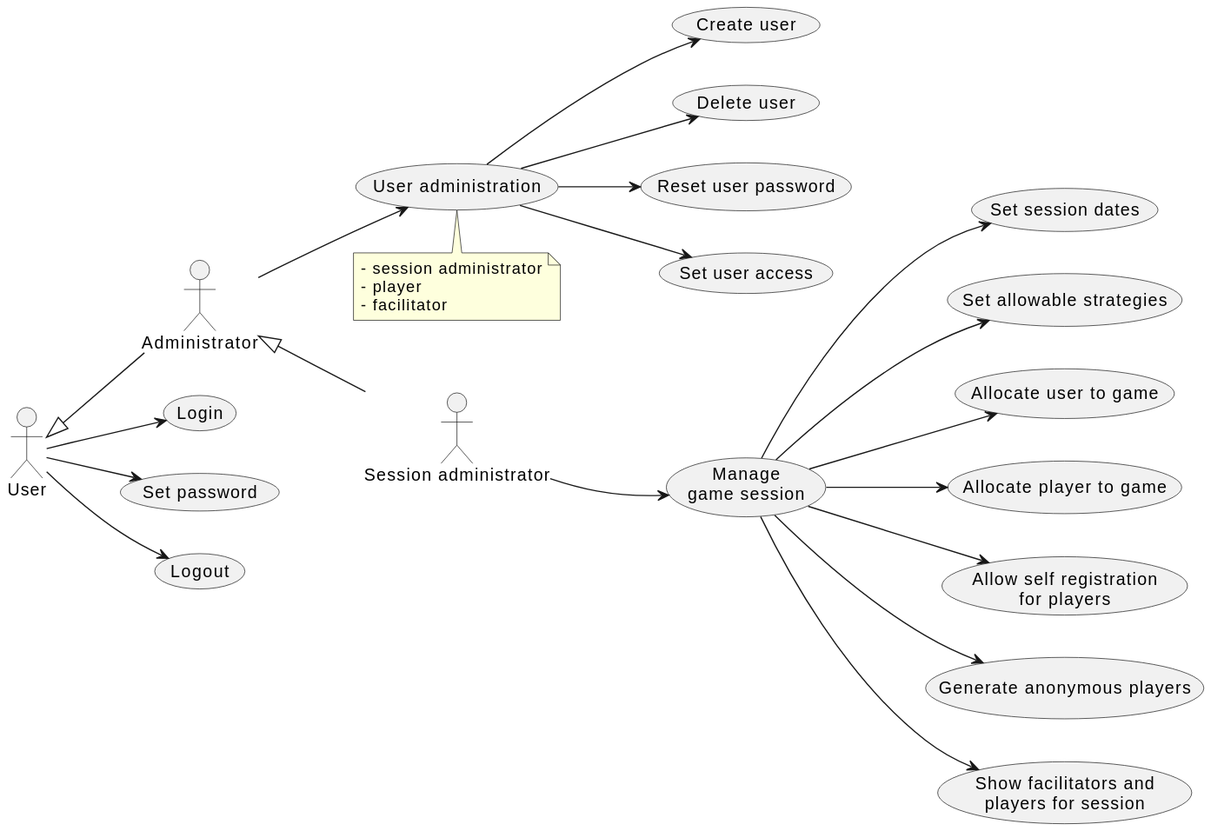
Earlier version of the PlantUML export doc/2-use-cases/diagrams/session-administration.svg (averbraeck/gscg-design).
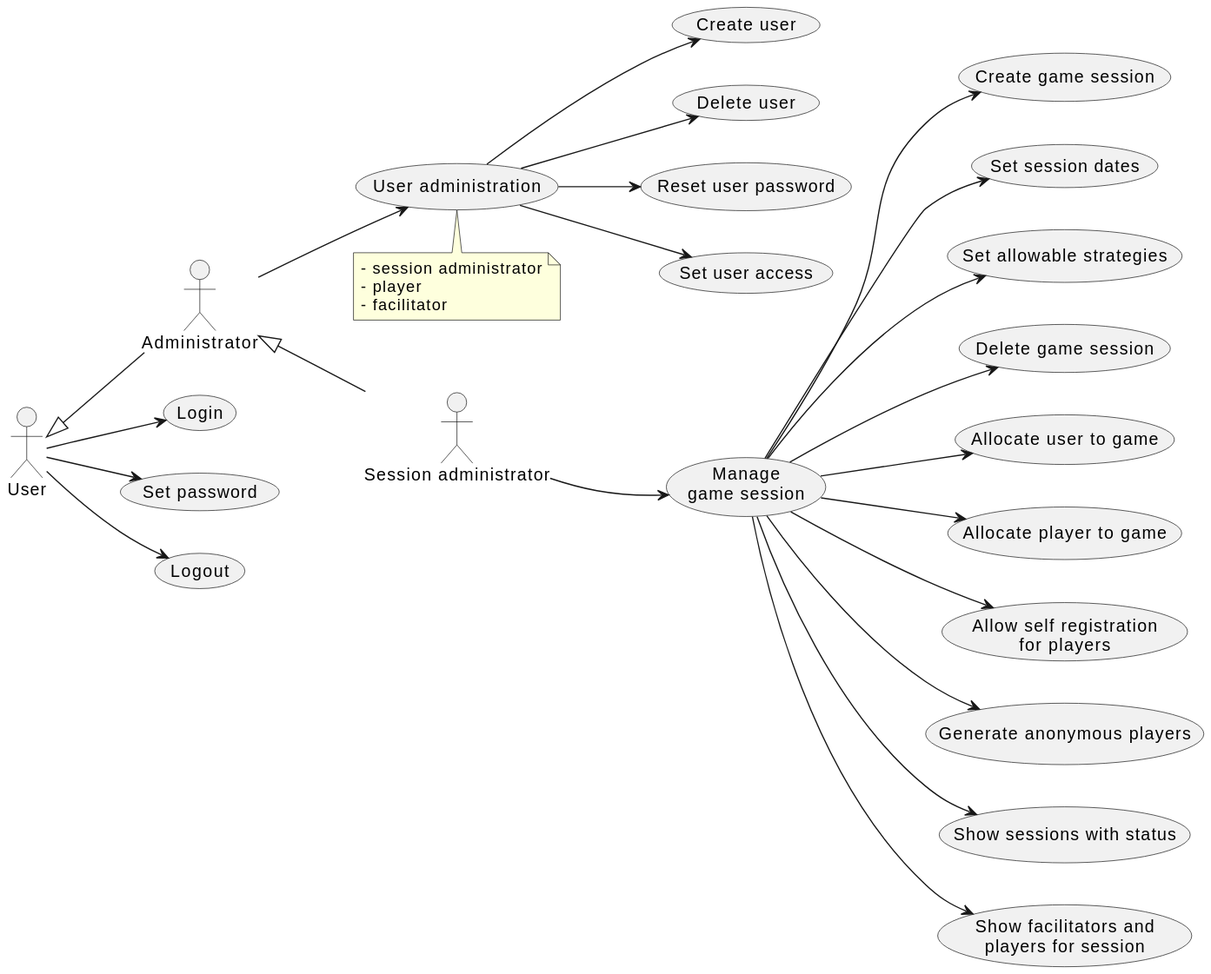
The same file after the commit.

What changed in the source:
```diff
@@ -23,11 +23,14 @@
 
 "Manage\ngame session" as (Manage)
 SA --> Manage : "\n\n\n\n\n\n\n\n\n\n"
+Manage --> (Create game session)
 Manage --> (Set session dates)
 Manage --> (Set allowable strategies)
+Manage --> (Delete game session)
 Manage --> (Allocate user to game)
 Manage --> (Allocate player to game)
 Manage --> (Allow self registration\nfor players)
 Manage --> (Generate anonymous players)
+Manage --> (Show sessions with status)
 Manage --> (Show facilitators and\nplayers for session)
 @enduml
```
